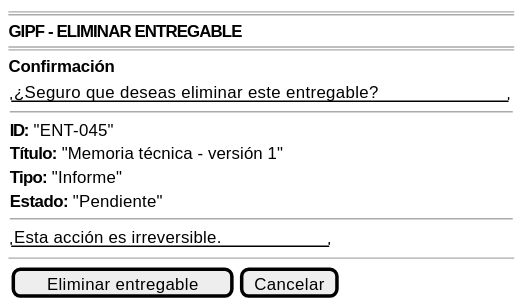
This is images/RUP/00-casos-uso/02-detalle/coordinador/eliminarEntregable/eliminarEntregable-wireframe.svg from beatriizorozco/25-26-idsw2-sdVC, a PlantUML export, as it was before one commit.
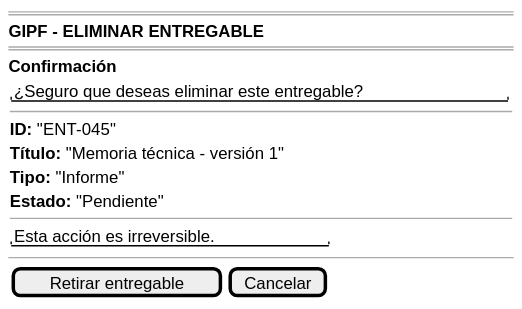
After the change.

The edit, as a diff of the source:
```diff
@@ -20,7 +20,7 @@
 
 --
 
-{[Eliminar entregable] |  [Cancelar]}
+{[Retirar entregable] |  [Cancelar]}
 
 }
 @endsalt
```
